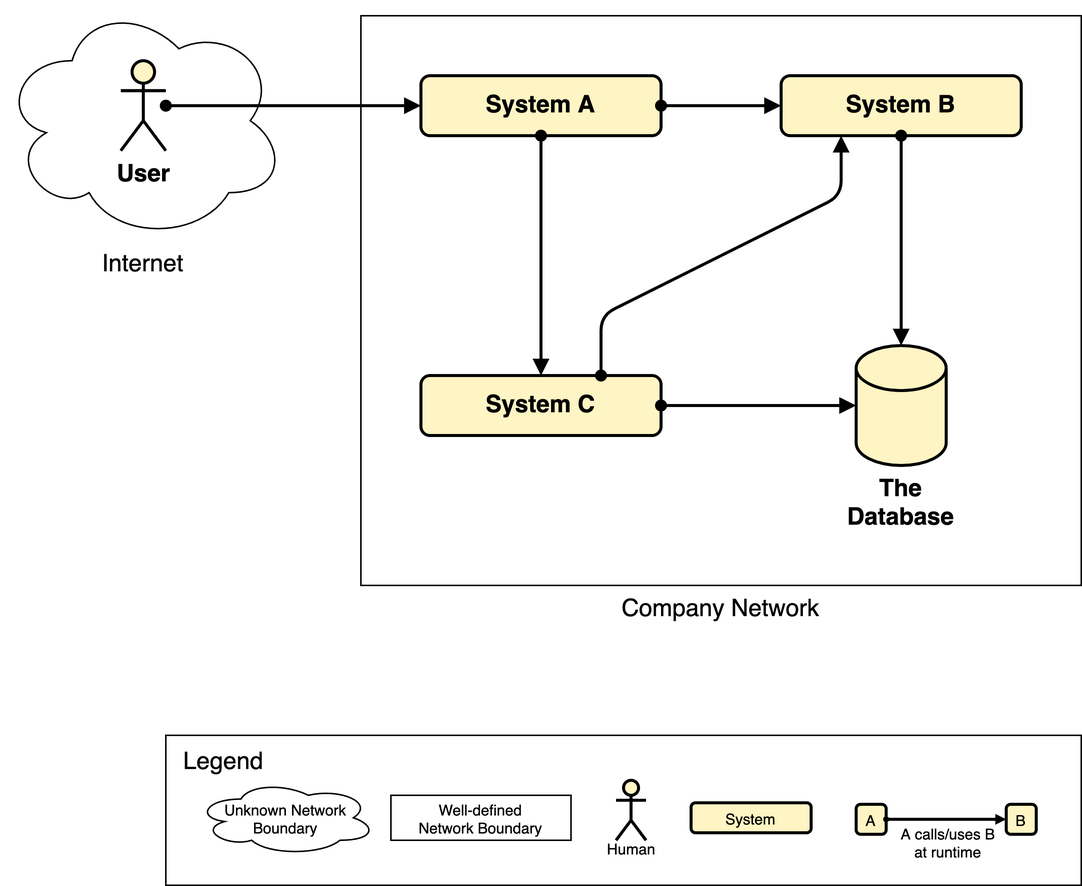
The draw.io diagram diagrams/example-systemdiagram_reduced-to-the-max_with-legend.png in martinleggewie/visual-tips-for-creating-schematic-diagrams, before a commit. Source tidied: cells renumbered, new cells last; positions are measured from the earlier drawing's top-left corner, leaving out a move shared by most shapes.
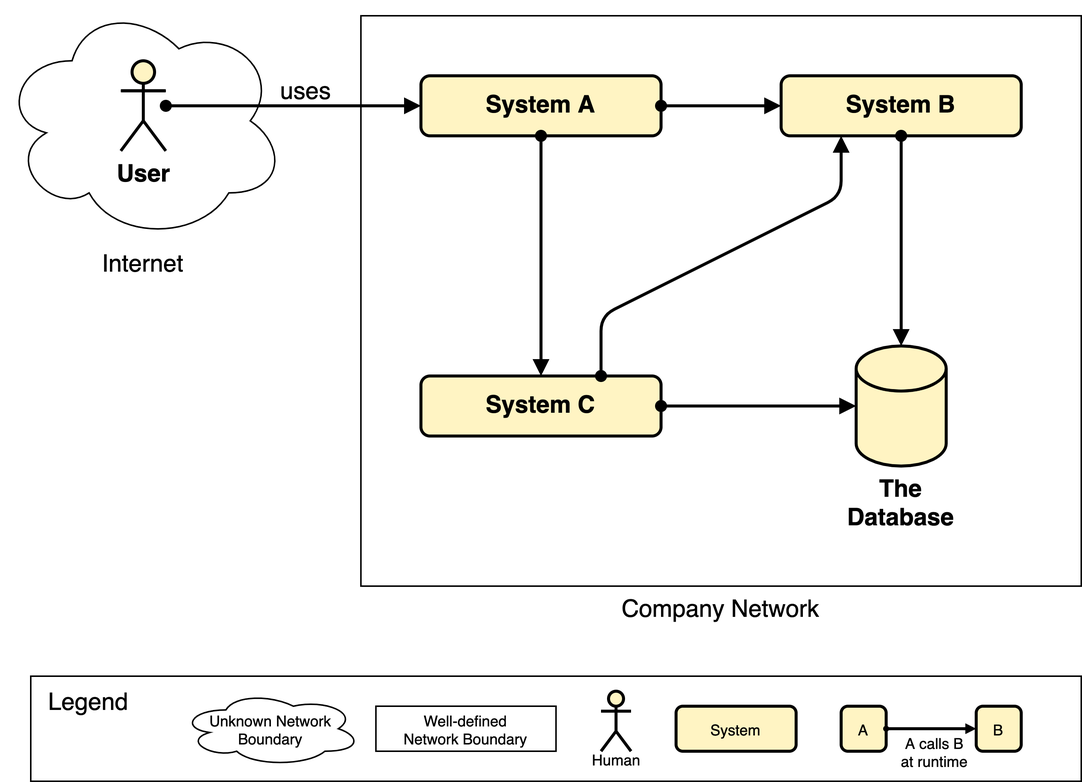
The same file after the commit.

Commit message:
improved the legend rule text and example diagram

Diff of the diagram source:
```diff
@@ -20,6 +20,11 @@
     <mxCell id="7" style="edgeStyle=none;rounded=0;jettySize=auto;html=1;startArrow=oval;startFill=1;endArrow=block;endFill=1;strokeWidth=2;fontSize=16;" parent="1" edge="1" source="8" target="4">
       <mxGeometry relative="1" as="geometry" />
     </mxCell>
+    <mxCell id="25" value="uses" style="edgeLabel;html=1;align=center;verticalAlign=middle;fontSize=16;labelBackgroundColor=none;" parent="7" vertex="1">
+      <mxGeometry x="0.09" y="2" relative="1" as="geometry">
+        <mxPoint y="-8" as="offset" />
+      </mxGeometry>
+    </mxCell>
     <mxCell id="8" value="User" style="shape=umlActor;verticalLabelPosition=bottom;verticalAlign=top;html=1;outlineConnect=0;fontSize=16;strokeWidth=2;fontStyle=1;fillColor=#FFF4C3;" parent="1" vertex="1">
       <mxGeometry x="80" y="40" width="30" height="60" as="geometry" />
     </mxCell>
@@ -46,37 +51,34 @@
         </Array>
       </mxGeometry>
     </mxCell>
-    <mxCell id="15" style="group;" parent="1" vertex="1">
-      <mxGeometry x="110" y="490" width="610" height="100" as="geometry" />
-    </mxCell>
-    <mxCell id="16" value="Legend" style="rounded=0;whiteSpace=wrap;html=1;strokeWidth=1;fontSize=16;verticalAlign=top;labelPosition=center;verticalLabelPosition=middle;align=left;horizontal=1;spacingLeft=10;spacingTop=2;" parent="15" vertex="1">
-      <mxGeometry width="610" height="100" as="geometry" />
+    <mxCell id="16" value="Legend" style="rounded=0;whiteSpace=wrap;html=1;strokeWidth=1;fontSize=16;verticalAlign=top;labelPosition=center;verticalLabelPosition=middle;align=left;horizontal=1;spacingLeft=10;spacingTop=2;" parent="1" vertex="1">
+      <mxGeometry x="20" y="450" width="700" height="70" as="geometry" />
     </mxCell>
-    <mxCell id="17" value="A" style="rounded=1;whiteSpace=wrap;html=1;strokeWidth=2;fontSize=10;fontStyle=0;fillColor=#FFF4C3;" parent="15" vertex="1">
-      <mxGeometry x="460" y="46" width="20" height="20" as="geometry" />
+    <mxCell id="17" value="A" style="rounded=1;whiteSpace=wrap;html=1;strokeWidth=2;fontSize=10;fontStyle=0;fillColor=#FFF4C3;" parent="1" vertex="1">
+      <mxGeometry x="560" y="470" width="30" height="30" as="geometry" />
     </mxCell>
-    <mxCell id="18" value="Well-defined&lt;br&gt;Network Boundary" style="rounded=0;whiteSpace=wrap;html=1;strokeWidth=1;fontSize=10;verticalAlign=middle;labelPosition=center;verticalLabelPosition=middle;align=center;horizontal=1;spacingLeft=0;spacingTop=0;spacing=2;" parent="15" vertex="1">
-      <mxGeometry x="150" y="40" width="120" height="30" as="geometry" />
+    <mxCell id="18" value="Well-defined&lt;br&gt;Network Boundary" style="rounded=0;whiteSpace=wrap;html=1;strokeWidth=1;fontSize=10;verticalAlign=middle;labelPosition=center;verticalLabelPosition=middle;align=center;horizontal=1;spacingLeft=0;spacingTop=0;spacing=2;" parent="1" vertex="1">
+      <mxGeometry x="250" y="470" width="120" height="30" as="geometry" />
     </mxCell>
-    <mxCell id="19" value="System" style="rounded=1;whiteSpace=wrap;html=1;strokeWidth=2;fontSize=10;fontStyle=0;fillColor=#FFF4C3;" parent="15" vertex="1">
-      <mxGeometry x="350" y="45" width="80" height="20" as="geometry" />
+    <mxCell id="19" value="System" style="rounded=1;whiteSpace=wrap;html=1;strokeWidth=2;fontSize=10;fontStyle=0;fillColor=#FFF4C3;" parent="1" vertex="1">
+      <mxGeometry x="450" y="470" width="80" height="30" as="geometry" />
     </mxCell>
-    <mxCell id="20" value="Unknown Network Boundary" style="ellipse;shape=cloud;whiteSpace=wrap;html=1;strokeWidth=1;fontSize=10;labelPosition=center;verticalLabelPosition=middle;align=center;verticalAlign=middle;" parent="15" vertex="1">
-      <mxGeometry x="20" y="30" width="120" height="50" as="geometry" />
+    <mxCell id="20" value="Unknown Network Boundary" style="ellipse;shape=cloud;whiteSpace=wrap;html=1;strokeWidth=1;fontSize=10;labelPosition=center;verticalLabelPosition=middle;align=center;verticalAlign=middle;" parent="1" vertex="1">
+      <mxGeometry x="120" y="460" width="120" height="50" as="geometry" />
     </mxCell>
-    <mxCell id="21" value="Human" style="shape=umlActor;verticalLabelPosition=middle;verticalAlign=middle;html=1;fontSize=10;strokeWidth=2;fontStyle=0;fillColor=#FFF4C3;labelPosition=center;align=center;spacingTop=50;" parent="15" vertex="1">
-      <mxGeometry x="300" y="30" width="20" height="40" as="geometry" />
+    <mxCell id="21" value="Human" style="shape=umlActor;verticalLabelPosition=middle;verticalAlign=middle;html=1;fontSize=10;strokeWidth=2;fontStyle=0;fillColor=#FFF4C3;labelPosition=center;align=center;spacingTop=50;" parent="1" vertex="1">
+      <mxGeometry x="400" y="460" width="20" height="40" as="geometry" />
     </mxCell>
-    <mxCell id="22" style="edgeStyle=none;rounded=0;jettySize=auto;html=1;startArrow=oval;startFill=1;endArrow=block;endFill=1;strokeWidth=2;fontSize=16;endSize=2;startSize=2;exitX=1;exitY=0.5;exitDx=0;exitDy=0;entryX=0;entryY=0.5;entryDx=0;entryDy=0;" parent="15" edge="1" source="17" target="24">
-      <mxGeometry x="-60" y="-4" as="geometry" />
+    <mxCell id="22" style="edgeStyle=none;rounded=0;jettySize=auto;html=1;startArrow=oval;startFill=1;endArrow=block;endFill=1;strokeWidth=2;fontSize=16;endSize=2;startSize=2;exitX=1;exitY=0.5;exitDx=0;exitDy=0;entryX=0;entryY=0.5;entryDx=0;entryDy=0;" parent="1" edge="1" source="17" target="24">
+      <mxGeometry x="40" y="696" as="geometry" />
     </mxCell>
-    <mxCell id="23" value="A calls/uses B&lt;br&gt;at runtime" style="edgeLabel;html=1;align=center;verticalAlign=middle;fontSize=10;" parent="22" vertex="1">
+    <mxCell id="23" value="A calls B&lt;br&gt;at runtime" style="edgeLabel;html=1;align=center;verticalAlign=middle;fontSize=10;" parent="22" vertex="1">
       <mxGeometry x="-0.15" y="1" relative="1" as="geometry">
         <mxPoint x="6" y="15" as="offset" />
       </mxGeometry>
     </mxCell>
-    <mxCell id="24" value="B" style="rounded=1;whiteSpace=wrap;html=1;strokeWidth=2;fontSize=10;fontStyle=0;fillColor=#FFF4C3;" parent="15" vertex="1">
-      <mxGeometry x="560" y="46" width="20" height="20" as="geometry" />
+    <mxCell id="24" value="B" style="rounded=1;whiteSpace=wrap;html=1;strokeWidth=2;fontSize=10;fontStyle=0;fillColor=#FFF4C3;" parent="1" vertex="1">
+      <mxGeometry x="650" y="470" width="30" height="30" as="geometry" />
     </mxCell>
   </root>
 </mxGraphModel>
```
